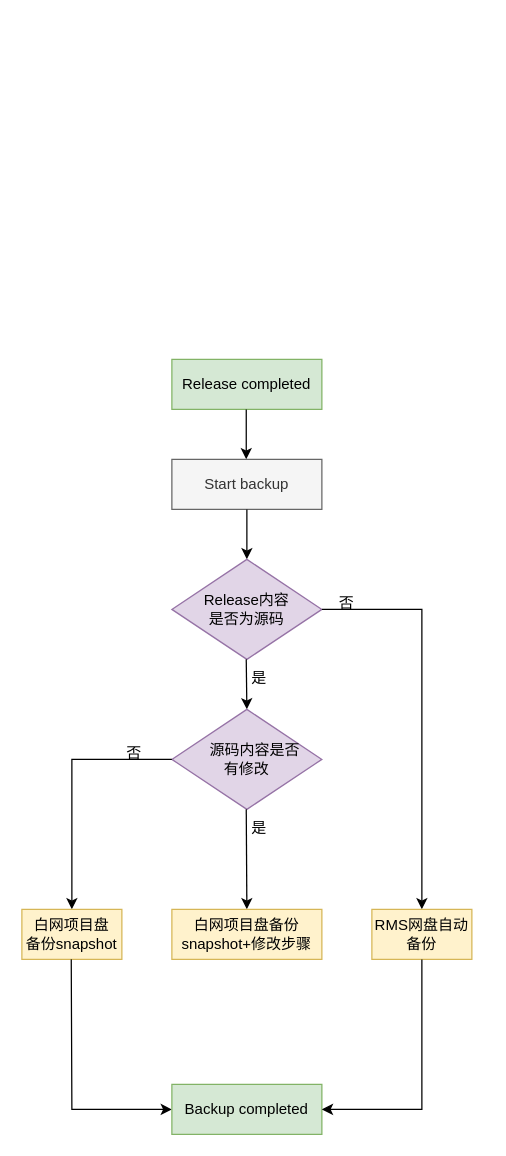
RuanZhen139/learngit keeps this draw.io diagram as 未命名绘图.drawio. Above is the earlier version. Source tidied: cells renumbered, new cells numbered last; positions are measured from the earlier drawing's top-left corner, leaving out a move shared by most shapes. Both pictures are drawn from the tidied source at 125%, with x=0, y=0 at pixel (21, 359).
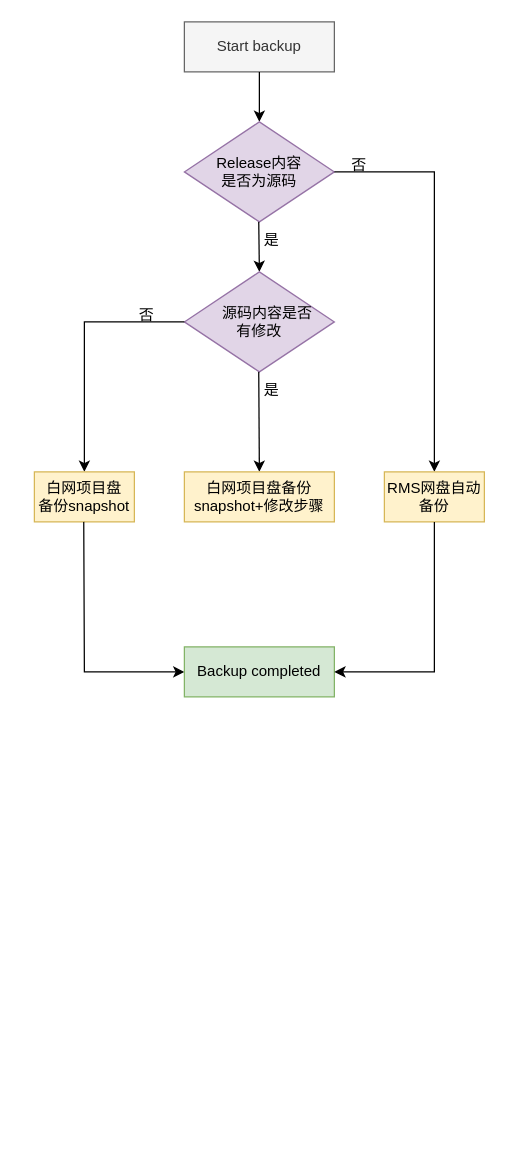
The same page after the edit.

What changed in the source:
```diff
@@
-    <mxCell id="2" style="group;" parent="1" vertex="1">
-      <mxGeometry width="360" height="620" as="geometry" />
-    </mxCell>
-    <mxCell id="3" value="Release completed" style="rounded=0;whiteSpace=wrap;html=1;fillColor=#d5e8d4;strokeColor=#82b366;" parent="2" vertex="1">
-      <mxGeometry x="120" width="120" height="40" as="geometry" />
-    </mxCell>
-    <mxCell id="4" style="endArrow=classic;html=1;rounded=0;" parent="2" edge="1">
-      <mxGeometry relative="1" as="geometry">
-        <mxPoint x="179.5" y="40" as="sourcePoint" />
-        <mxPoint x="179.5" y="80" as="targetPoint" />
-      </mxGeometry>
-    </mxCell>
+    <mxCell id="23" style="group;" parent="1" vertex="1">
+      <mxGeometry x="10" y="-270" width="360" height="540" as="geometry" />
+    </mxCell>
-    <mxCell id="5" value="Start backup" style="rounded=0;whiteSpace=wrap;html=1;fillColor=#f5f5f5;fontColor=#333333;strokeColor=#666666;" parent="2" vertex="1">
-      <mxGeometry x="120" y="80" width="120" height="40" as="geometry" />
+    <mxCell id="5" value="Start backup" style="rounded=0;whiteSpace=wrap;html=1;fillColor=#f5f5f5;fontColor=#333333;strokeColor=#666666;" parent="23" vertex="1">
+      <mxGeometry x="120" width="120" height="40" as="geometry" />
     </mxCell>
-    <mxCell id="6" style="endArrow=classic;html=1;rounded=0;exitX=0.5;exitY=1;exitDx=0;exitDy=0;" parent="2" edge="1" source="5">
+    <mxCell id="6" style="endArrow=classic;html=1;rounded=0;exitX=0.5;exitY=1;exitDx=0;exitDy=0;" parent="23" edge="1" source="5">
       <mxGeometry relative="1" as="geometry">
-        <mxPoint x="180" y="160" as="targetPoint" />
+        <mxPoint x="180" y="80" as="targetPoint" />
       </mxGeometry>
     </mxCell>
-    <mxCell id="7" value="Release内容&lt;div&gt;是否为源码&lt;/div&gt;" style="rhombus;whiteSpace=wrap;html=1;fillColor=#e1d5e7;strokeColor=#9673a6;" parent="2" vertex="1">
-      <mxGeometry x="120" y="160" width="120" height="80" as="geometry" />
+    <mxCell id="7" value="Release内容&lt;div&gt;是否为源码&lt;/div&gt;" style="rhombus;whiteSpace=wrap;html=1;fillColor=#e1d5e7;strokeColor=#9673a6;" parent="23" vertex="1">
+      <mxGeometry x="120" y="80" width="120" height="80" as="geometry" />
     </mxCell>
-    <mxCell id="8" style="endArrow=classic;html=1;rounded=0;exitX=0.5;exitY=1;exitDx=0;exitDy=0;" parent="2" edge="1">
+    <mxCell id="8" style="endArrow=classic;html=1;rounded=0;exitX=0.5;exitY=1;exitDx=0;exitDy=0;" parent="23" edge="1">
       <mxGeometry relative="1" as="geometry">
-        <mxPoint x="179.5" y="240" as="sourcePoint" />
-        <mxPoint x="180" y="280" as="targetPoint" />
+        <mxPoint x="179.5" y="160" as="sourcePoint" />
+        <mxPoint x="180" y="200" as="targetPoint" />
       </mxGeometry>
     </mxCell>
-    <mxCell id="9" style="endArrow=classic;html=1;rounded=0;exitX=1;exitY=0.5;exitDx=0;exitDy=0;entryX=0.5;entryY=0;entryDx=0;entryDy=0;" parent="2" edge="1" source="7" target="12">
+    <mxCell id="9" style="endArrow=classic;html=1;rounded=0;exitX=1;exitY=0.5;exitDx=0;exitDy=0;entryX=0.5;entryY=0;entryDx=0;entryDy=0;" parent="23" edge="1" source="7" target="12">
       <mxGeometry relative="1" as="geometry">
         <Array as="points">
-          <mxPoint x="320" y="200" />
+          <mxPoint x="320" y="120" />
         </Array>
       </mxGeometry>
     </mxCell>
-    <mxCell id="10" value="否" style="text;html=1;whiteSpace=wrap;strokeColor=none;fillColor=none;align=center;verticalAlign=middle;rounded=0;" parent="2" vertex="1">
-      <mxGeometry x="230" y="180" width="60" height="30" as="geometry" />
+    <mxCell id="10" value="否" style="text;html=1;whiteSpace=wrap;strokeColor=none;fillColor=none;align=center;verticalAlign=middle;rounded=0;" parent="23" vertex="1">
+      <mxGeometry x="230" y="100" width="60" height="30" as="geometry" />
     </mxCell>
-    <mxCell id="11" value="是" style="text;html=1;whiteSpace=wrap;strokeColor=none;fillColor=none;align=center;verticalAlign=middle;rounded=0;" parent="2" vertex="1">
-      <mxGeometry x="160" y="240" width="60" height="30" as="geometry" />
+    <mxCell id="11" value="是" style="text;html=1;whiteSpace=wrap;strokeColor=none;fillColor=none;align=center;verticalAlign=middle;rounded=0;" parent="23" vertex="1">
+      <mxGeometry x="160" y="160" width="60" height="30" as="geometry" />
     </mxCell>
-    <mxCell id="12" value="RMS网盘自动备份" style="rounded=0;whiteSpace=wrap;html=1;fillColor=#fff2cc;strokeColor=#d6b656;" parent="2" vertex="1">
-      <mxGeometry x="280" y="440" width="80" height="40" as="geometry" />
+    <mxCell id="12" value="RMS网盘自动备份" style="rounded=0;whiteSpace=wrap;html=1;fillColor=#fff2cc;strokeColor=#d6b656;" parent="23" vertex="1">
+      <mxGeometry x="280" y="360" width="80" height="40" as="geometry" />
     </mxCell>
-    <mxCell id="13" value="&amp;nbsp; &amp;nbsp; 源码内容是否&lt;div&gt;有修改&lt;/div&gt;" style="rhombus;whiteSpace=wrap;html=1;fillColor=#e1d5e7;strokeColor=#9673a6;" parent="2" vertex="1">
-      <mxGeometry x="120" y="280" width="120" height="80" as="geometry" />
+    <mxCell id="13" value="&amp;nbsp; &amp;nbsp; 源码内容是否&lt;div&gt;有修改&lt;/div&gt;" style="rhombus;whiteSpace=wrap;html=1;fillColor=#e1d5e7;strokeColor=#9673a6;" parent="23" vertex="1">
+      <mxGeometry x="120" y="200" width="120" height="80" as="geometry" />
     </mxCell>
-    <mxCell id="14" style="endArrow=classic;html=1;rounded=0;exitX=0.5;exitY=1;exitDx=0;exitDy=0;entryX=0.5;entryY=0;entryDx=0;entryDy=0;" parent="2" edge="1" target="19">
+    <mxCell id="14" style="endArrow=classic;html=1;rounded=0;exitX=0.5;exitY=1;exitDx=0;exitDy=0;entryX=0.5;entryY=0;entryDx=0;entryDy=0;" parent="23" edge="1" target="19">
       <mxGeometry relative="1" as="geometry">
-        <mxPoint x="179.5" y="360" as="sourcePoint" />
+        <mxPoint x="179.5" y="280" as="sourcePoint" />
       </mxGeometry>
     </mxCell>
-    <mxCell id="15" value="是" style="text;html=1;whiteSpace=wrap;strokeColor=none;fillColor=none;align=center;verticalAlign=middle;rounded=0;" parent="2" vertex="1">
-      <mxGeometry x="160" y="360" width="60" height="30" as="geometry" />
+    <mxCell id="15" value="是" style="text;html=1;whiteSpace=wrap;strokeColor=none;fillColor=none;align=center;verticalAlign=middle;rounded=0;" parent="23" vertex="1">
+      <mxGeometry x="160" y="280" width="60" height="30" as="geometry" />
     </mxCell>
-    <mxCell id="16" style="endArrow=classic;html=1;rounded=0;exitX=0;exitY=0.5;exitDx=0;exitDy=0;" parent="2" edge="1" source="13">
+    <mxCell id="16" style="endArrow=classic;html=1;rounded=0;exitX=0;exitY=0.5;exitDx=0;exitDy=0;" parent="23" edge="1" source="13">
       <mxGeometry relative="1" as="geometry">
-        <mxPoint x="40" y="440" as="targetPoint" />
+        <mxPoint x="40" y="360" as="targetPoint" />
         <Array as="points">
-          <mxPoint x="40" y="320" />
+          <mxPoint x="40" y="240" />
         </Array>
       </mxGeometry>
     </mxCell>
-    <mxCell id="17" value="否" style="text;html=1;whiteSpace=wrap;strokeColor=none;fillColor=none;align=center;verticalAlign=middle;rounded=0;" parent="2" vertex="1">
-      <mxGeometry x="60" y="300" width="60" height="30" as="geometry" />
+    <mxCell id="17" value="否" style="text;html=1;whiteSpace=wrap;strokeColor=none;fillColor=none;align=center;verticalAlign=middle;rounded=0;" parent="23" vertex="1">
+      <mxGeometry x="60" y="220" width="60" height="30" as="geometry" />
     </mxCell>
-    <mxCell id="18" value="白网项目盘&lt;div&gt;备份snapshot&lt;/div&gt;" style="rounded=0;whiteSpace=wrap;html=1;fillColor=#fff2cc;strokeColor=#d6b656;" parent="2" vertex="1">
-      <mxGeometry y="440" width="80" height="40" as="geometry" />
+    <mxCell id="18" value="白网项目盘&lt;div&gt;备份snapshot&lt;/div&gt;" style="rounded=0;whiteSpace=wrap;html=1;fillColor=#fff2cc;strokeColor=#d6b656;" parent="23" vertex="1">
+      <mxGeometry y="360" width="80" height="40" as="geometry" />
     </mxCell>
-    <mxCell id="19" value="白网项目盘&lt;span style=&quot;background-color: transparent; color: light-dark(rgb(0, 0, 0), rgb(255, 255, 255));&quot;&gt;备份snapshot+修改步骤&lt;/span&gt;" style="rounded=0;whiteSpace=wrap;html=1;fillColor=#fff2cc;strokeColor=#d6b656;" parent="2" vertex="1">
-      <mxGeometry x="120" y="440" width="120" height="40" as="geometry" />
+    <mxCell id="19" value="白网项目盘&lt;span style=&quot;background-color: transparent; color: light-dark(rgb(0, 0, 0), rgb(255, 255, 255));&quot;&gt;备份snapshot+修改步骤&lt;/span&gt;" style="rounded=0;whiteSpace=wrap;html=1;fillColor=#fff2cc;strokeColor=#d6b656;" parent="23" vertex="1">
+      <mxGeometry x="120" y="360" width="120" height="40" as="geometry" />
     </mxCell>
-    <mxCell id="20" style="endArrow=classic;html=1;rounded=0;" parent="2" edge="1">
+    <mxCell id="20" style="endArrow=classic;html=1;rounded=0;" parent="23" edge="1">
       <mxGeometry relative="1" as="geometry">
-        <mxPoint x="39.5" y="480" as="sourcePoint" />
-        <mxPoint x="120" y="600" as="targetPoint" />
+        <mxPoint x="39.5" y="400" as="sourcePoint" />
+        <mxPoint x="120" y="520" as="targetPoint" />
         <Array as="points">
-          <mxPoint x="40" y="600" />
+          <mxPoint x="40" y="520" />
         </Array>
       </mxGeometry>
     </mxCell>
-    <mxCell id="21" value="Backup completed" style="rounded=0;whiteSpace=wrap;html=1;fillColor=#d5e8d4;strokeColor=#82b366;" parent="2" vertex="1">
-      <mxGeometry x="120" y="580" width="120" height="40" as="geometry" />
+    <mxCell id="21" value="Backup completed" style="rounded=0;whiteSpace=wrap;html=1;fillColor=#d5e8d4;strokeColor=#82b366;" parent="23" vertex="1">
+      <mxGeometry x="120" y="500" width="120" height="40" as="geometry" />
     </mxCell>
-    <mxCell id="22" style="endArrow=classic;html=1;rounded=0;entryX=1;entryY=0.5;entryDx=0;entryDy=0;" parent="2" edge="1" target="21">
+    <mxCell id="22" style="endArrow=classic;html=1;rounded=0;entryX=1;entryY=0.5;entryDx=0;entryDy=0;" parent="23" edge="1" target="21">
       <mxGeometry relative="1" as="geometry">
-        <mxPoint x="320" y="480" as="sourcePoint" />
+        <mxPoint x="320" y="400" as="sourcePoint" />
         <Array as="points">
-          <mxPoint x="320" y="600" />
+          <mxPoint x="320" y="520" />
         </Array>
       </mxGeometry>
     </mxCell>
```
